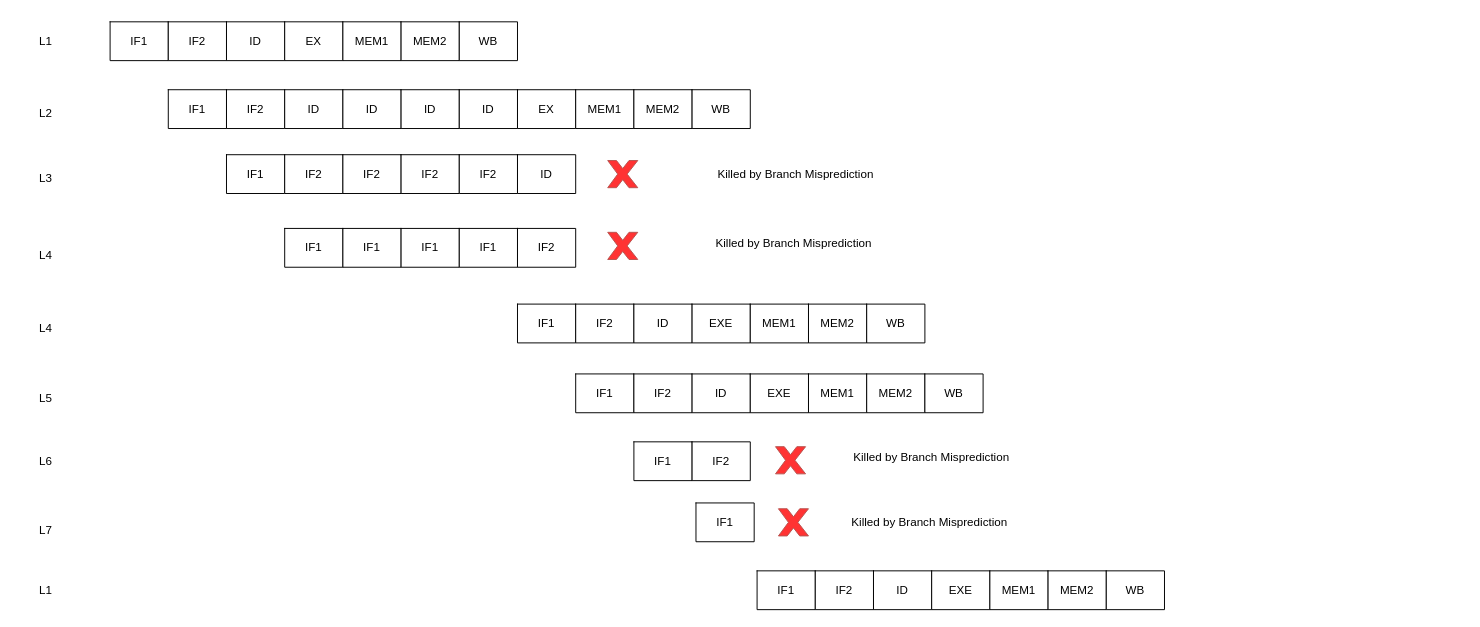
Before: junk.drawio in happy-lx/drawio, a draw.io diagram. Source tidied: cells renumbered, new cells numbered last; positions are measured from the earlier drawing's top-left corner, leaving out a move shared by most shapes. Both pictures are drawn from the tidied source at 97%, with x=0, y=0 at pixel (16, 21).
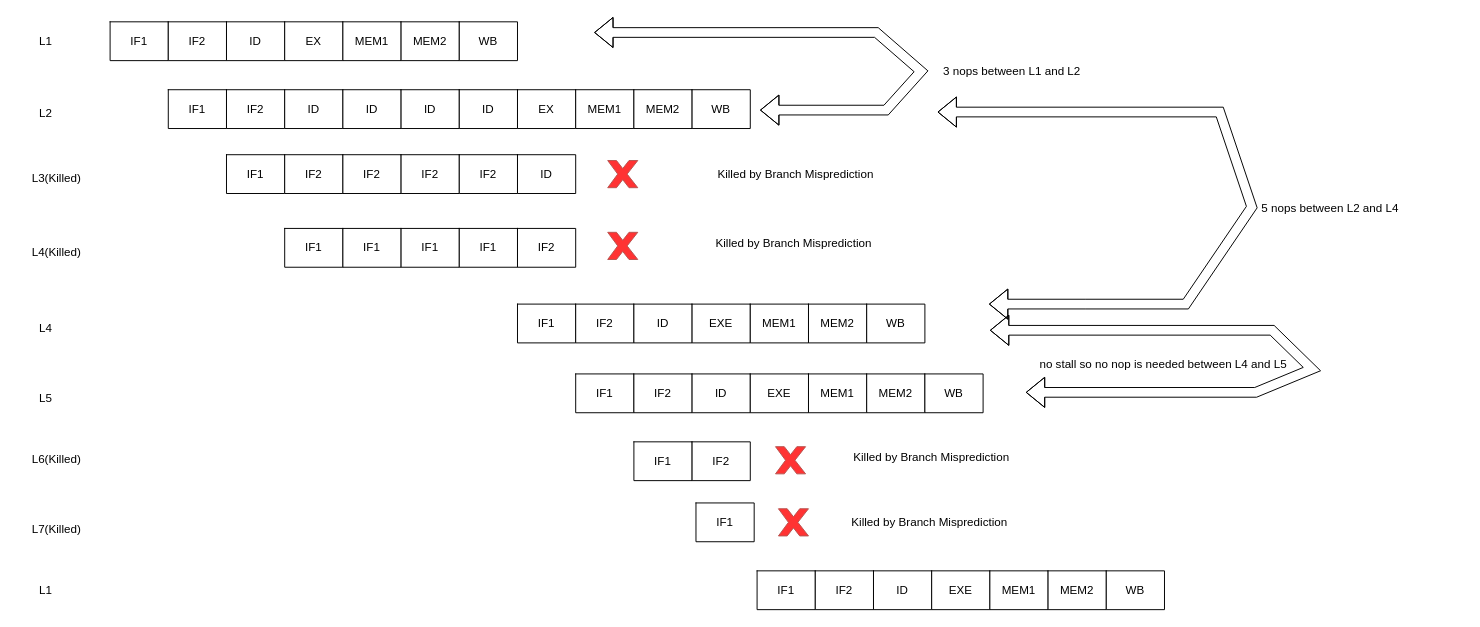
The same diagram, later.

Change to the diagram source:
```diff
@@
-    <mxCell id="149" value="L3" style="text;html=1;strokeColor=none;fillColor=none;align=center;verticalAlign=middle;whiteSpace=wrap;rounded=0;" parent="1" vertex="1">
-      <mxGeometry y="147" width="60" height="30" as="geometry" />
+    <mxCell id="149" value="L3(Killed)" style="text;html=1;strokeColor=none;fillColor=none;align=center;verticalAlign=middle;whiteSpace=wrap;rounded=0;" parent="1" vertex="1">
+      <mxGeometry x="11" y="147" width="60" height="30" as="geometry" />
     </mxCell>
-    <mxCell id="150" value="L4" style="text;html=1;strokeColor=none;fillColor=none;align=center;verticalAlign=middle;whiteSpace=wrap;rounded=0;" parent="1" vertex="1">
-      <mxGeometry y="226" width="60" height="30" as="geometry" />
+    <mxCell id="150" value="L4(Killed)" style="text;html=1;strokeColor=none;fillColor=none;align=center;verticalAlign=middle;whiteSpace=wrap;rounded=0;" parent="1" vertex="1">
+      <mxGeometry x="11" y="223" width="60" height="30" as="geometry" />
     </mxCell>
@@
-    <mxCell id="182" value="L6" style="text;html=1;strokeColor=none;fillColor=none;align=center;verticalAlign=middle;whiteSpace=wrap;rounded=0;" parent="1" vertex="1">
-      <mxGeometry y="438" width="60" height="30" as="geometry" />
+    <mxCell id="182" value="L6(Killed)" style="text;html=1;strokeColor=none;fillColor=none;align=center;verticalAlign=middle;whiteSpace=wrap;rounded=0;" parent="1" vertex="1">
+      <mxGeometry x="11" y="436" width="60" height="30" as="geometry" />
     </mxCell>
-    <mxCell id="183" value="L7" style="text;html=1;strokeColor=none;fillColor=none;align=center;verticalAlign=middle;whiteSpace=wrap;rounded=0;" parent="1" vertex="1">
-      <mxGeometry y="510" width="60" height="30" as="geometry" />
+    <mxCell id="183" value="L7(Killed)" style="text;html=1;strokeColor=none;fillColor=none;align=center;verticalAlign=middle;whiteSpace=wrap;rounded=0;" parent="1" vertex="1">
+      <mxGeometry x="11" y="508" width="60" height="30" as="geometry" />
     </mxCell>
@@
+    <mxCell id="239" value="3 nops between L1 and L2" style="text;html=1;strokeColor=none;fillColor=none;align=center;verticalAlign=middle;whiteSpace=wrap;rounded=0;" parent="1" vertex="1">
+      <mxGeometry x="888" y="35" width="276" height="32" as="geometry" />
+    </mxCell>
+    <mxCell id="240" style="shape=flexArrow;endArrow=classic;startArrow=classic;html=1;rounded=0;" parent="1" edge="1">
+      <mxGeometry relative="1" as="geometry">
+        <mxPoint x="766" y="91" as="sourcePoint" />
+        <mxPoint x="595" y="11" as="targetPoint" />
+        <Array as="points">
+          <mxPoint x="896" y="91" />
+          <mxPoint x="932" y="51" />
+          <mxPoint x="886" y="11" />
+        </Array>
+      </mxGeometry>
+    </mxCell>
+    <mxCell id="241" style="shape=flexArrow;endArrow=classic;startArrow=classic;html=1;rounded=0;" parent="1" edge="1">
+      <mxGeometry relative="1" as="geometry">
+        <mxPoint x="1002" y="291" as="sourcePoint" />
+        <mxPoint x="949" y="93" as="targetPoint" />
+        <Array as="points">
+          <mxPoint x="1102" y="291" />
+          <mxPoint x="1205" y="291" />
+          <mxPoint x="1273" y="191" />
+          <mxPoint x="1240" y="93" />
+        </Array>
+      </mxGeometry>
+    </mxCell>
+    <mxCell id="242" value="5 nops between L2 and L4" style="text;html=1;strokeColor=none;fillColor=none;align=center;verticalAlign=middle;whiteSpace=wrap;rounded=0;" parent="1" vertex="1">
+      <mxGeometry x="1216" y="177" width="276" height="32" as="geometry" />
+    </mxCell>
+    <mxCell id="243" style="shape=flexArrow;endArrow=classic;startArrow=classic;html=1;rounded=0;" parent="1" edge="1">
+      <mxGeometry relative="1" as="geometry">
+        <mxPoint x="1040" y="382" as="sourcePoint" />
+        <mxPoint x="1003" y="318" as="targetPoint" />
+        <Array as="points">
+          <mxPoint x="1277" y="382" />
+          <mxPoint x="1335" y="358" />
+          <mxPoint x="1294" y="318" />
+        </Array>
+      </mxGeometry>
+    </mxCell>
+    <mxCell id="244" value="no stall so no nop is needed between L4 and L5" style="text;html=1;strokeColor=none;fillColor=none;align=center;verticalAlign=middle;whiteSpace=wrap;rounded=0;" parent="1" vertex="1">
+      <mxGeometry x="1044" y="337" width="276" height="32" as="geometry" />
+    </mxCell>
```
